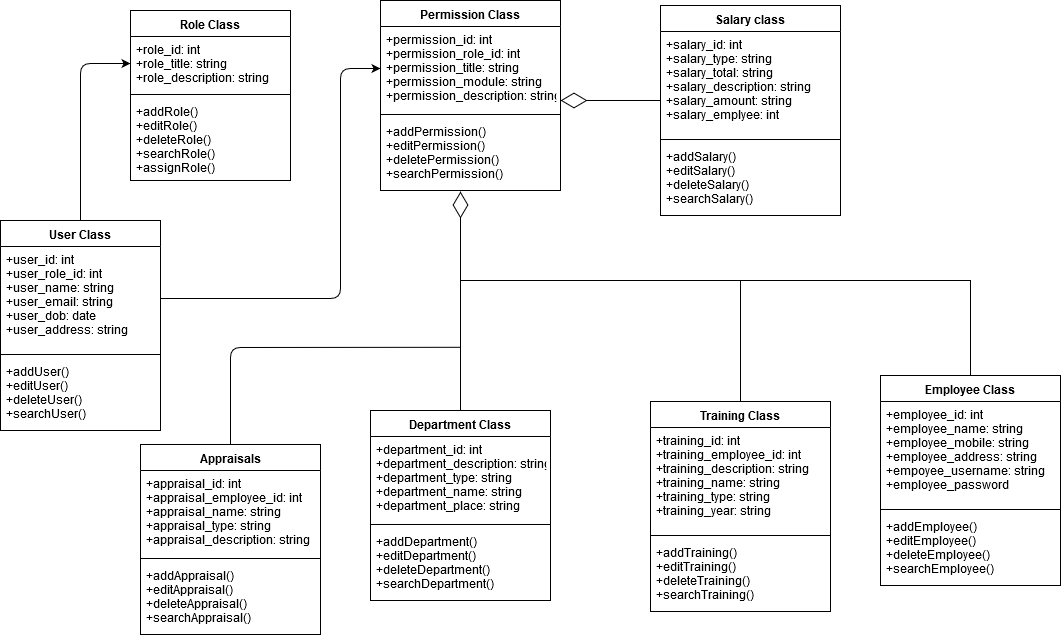
This is Documentation/classes.png from grupachash/hrmanagement, a draw.io export, as it was before one commit. Source tidied: cells renumbered, new cells last; positions are measured from the earlier drawing's top-left corner, leaving out a move shared by most shapes. The source it was exported from:
```xml
<mxGraphModel>
  <root>
    <mxCell id="0" />
    <mxCell id="1" parent="0" />
    <mxCell id="2" value="User Class" style="swimlane;fontStyle=1;align=center;verticalAlign=top;horizontal=1;startSize=26;" parent="1" vertex="1">
      <mxGeometry y="220" width="160" height="210" as="geometry" />
    </mxCell>
    <mxCell id="3" value="+user_id: int&#10;+user_role_id: int&#10;+user_name: string&#10;+user_email: string&#10;+user_dob: date&#10;+user_address: string&#10;&#10;&#10;&#10;" style="text;strokeColor=none;fillColor=none;align=left;verticalAlign=top;spacingLeft=4;spacingRight=4;overflow=hidden;points=[[0,0.5],[1,0.5]];portConstraint=eastwest;" parent="2" vertex="1">
      <mxGeometry y="26" width="160" height="104" as="geometry" />
    </mxCell>
    <mxCell id="4" style="line;strokeWidth=1;fillColor=none;align=left;verticalAlign=middle;spacingTop=-1;spacingLeft=3;spacingRight=3;labelPosition=right;" parent="2" vertex="1">
      <mxGeometry y="130" width="160" height="8" as="geometry" />
    </mxCell>
    <mxCell id="5" value="+addUser()&#10;+editUser()&#10;+deleteUser()&#10;+searchUser()&#10;" style="text;strokeColor=none;fillColor=none;align=left;verticalAlign=top;spacingLeft=4;spacingRight=4;overflow=hidden;" parent="2" vertex="1">
      <mxGeometry y="138" width="160" height="72" as="geometry" />
    </mxCell>
    <mxCell id="6" value="Role Class" style="swimlane;fontStyle=1;align=center;verticalAlign=top;horizontal=1;startSize=26;" parent="1" vertex="1">
      <mxGeometry x="130" y="10" width="160" height="170" as="geometry" />
    </mxCell>
    <mxCell id="7" value="+role_id: int&#10;+role_title: string&#10;+role_description: string&#10;" style="text;strokeColor=none;fillColor=none;align=left;verticalAlign=top;spacingLeft=4;spacingRight=4;overflow=hidden;points=[[0,0.5],[1,0.5]];portConstraint=eastwest;" parent="6" vertex="1">
      <mxGeometry y="26" width="160" height="54" as="geometry" />
    </mxCell>
    <mxCell id="8" style="line;strokeWidth=1;fillColor=none;align=left;verticalAlign=middle;spacingTop=-1;spacingLeft=3;spacingRight=3;labelPosition=right;" parent="6" vertex="1">
      <mxGeometry y="80" width="160" height="8" as="geometry" />
    </mxCell>
    <mxCell id="9" value="+addRole()&#10;+editRole()&#10;+deleteRole()&#10;+searchRole()&#10;+assignRole()&#10;" style="text;strokeColor=none;fillColor=none;align=left;verticalAlign=top;spacingLeft=4;spacingRight=4;overflow=hidden;" parent="6" vertex="1">
      <mxGeometry y="88" width="160" height="82" as="geometry" />
    </mxCell>
    <mxCell id="10" value="Permission Class" style="swimlane;fontStyle=1;align=center;verticalAlign=top;horizontal=1;startSize=26;" parent="1" vertex="1">
      <mxGeometry x="380" width="180" height="190" as="geometry" />
    </mxCell>
    <mxCell id="11" value="+permission_id: int&#10;+permission_role_id: int&#10;+permission_title: string&#10;+permission_module: string&#10;+permission_description: string&#10;" style="text;strokeColor=none;fillColor=none;align=left;verticalAlign=top;spacingLeft=4;spacingRight=4;overflow=hidden;points=[[0,0.5],[1,0.5]];portConstraint=eastwest;" parent="10" vertex="1">
      <mxGeometry y="26" width="180" height="84" as="geometry" />
    </mxCell>
    <mxCell id="12" style="line;strokeWidth=1;fillColor=none;align=left;verticalAlign=middle;spacingTop=-1;spacingLeft=3;spacingRight=3;labelPosition=right;" parent="10" vertex="1">
      <mxGeometry y="110" width="180" height="8" as="geometry" />
    </mxCell>
    <mxCell id="13" value="+addPermission()&#10;+editPermission()&#10;+deletePermission()&#10;+searchPermission()&#10;&#10;&#10;" style="text;strokeColor=none;fillColor=none;align=left;verticalAlign=top;spacingLeft=4;spacingRight=4;overflow=hidden;points=[[0,0.5],[1,0.5]];portConstraint=eastwest;" parent="10" vertex="1">
      <mxGeometry y="118" width="180" height="72" as="geometry" />
    </mxCell>
    <mxCell id="14" value="Salary class" style="swimlane;fontStyle=1;align=center;verticalAlign=top;horizontal=1;startSize=26;" parent="1" vertex="1">
      <mxGeometry x="660" y="5" width="180" height="210" as="geometry" />
    </mxCell>
    <mxCell id="15" value="+salary_id: int&#10;+salary_type: string&#10;+salary_total: string&#10;+salary_description: string&#10;+salary_amount: string&#10;+salary_emplyee: int&#10;" style="text;strokeColor=none;fillColor=none;align=left;verticalAlign=top;spacingLeft=4;spacingRight=4;overflow=hidden;" parent="14" vertex="1">
      <mxGeometry y="26" width="180" height="104" as="geometry" />
    </mxCell>
    <mxCell id="16" style="endArrow=diamondThin;endFill=0;endSize=24;html=1;" parent="14" edge="1">
      <mxGeometry relative="1" as="geometry">
        <mxPoint y="95" as="sourcePoint" />
        <mxPoint x="-100" y="95" as="targetPoint" />
      </mxGeometry>
    </mxCell>
    <mxCell id="17" style="line;strokeWidth=1;fillColor=none;align=left;verticalAlign=middle;spacingTop=-1;spacingLeft=3;spacingRight=3;labelPosition=right;" parent="14" vertex="1">
      <mxGeometry y="130" width="180" height="8" as="geometry" />
    </mxCell>
    <mxCell id="18" value="+addSalary()&#10;+editSalary()&#10;+deleteSalary()&#10;+searchSalary()&#10;" style="text;strokeColor=none;fillColor=none;align=left;verticalAlign=top;spacingLeft=4;spacingRight=4;overflow=hidden;" parent="14" vertex="1">
      <mxGeometry y="138" width="180" height="72" as="geometry" />
    </mxCell>
    <mxCell id="19" value="Employee Class" style="swimlane;fontStyle=1;align=center;verticalAlign=top;horizontal=1;startSize=26;" parent="1" vertex="1">
      <mxGeometry x="880" y="375" width="180" height="210" as="geometry" />
    </mxCell>
    <mxCell id="20" value="+employee_id: int&#10;+employee_name: string&#10;+employee_mobile: string&#10;+employee_address: string&#10;+empoyee_username: string&#10;+employee_password&#10;" style="text;strokeColor=none;fillColor=none;align=left;verticalAlign=top;spacingLeft=4;spacingRight=4;overflow=hidden;" parent="19" vertex="1">
      <mxGeometry y="26" width="180" height="104" as="geometry" />
    </mxCell>
    <mxCell id="21" style="line;strokeWidth=1;fillColor=none;align=left;verticalAlign=middle;spacingTop=-1;spacingLeft=3;spacingRight=3;labelPosition=right;" parent="19" vertex="1">
      <mxGeometry y="130" width="180" height="8" as="geometry" />
    </mxCell>
    <mxCell id="22" value="+addEmployee()&#10;+editEmployee()&#10;+deleteEmployee()&#10;+searchEmployee()&#10;" style="text;strokeColor=none;fillColor=none;align=left;verticalAlign=top;spacingLeft=4;spacingRight=4;overflow=hidden;" parent="19" vertex="1">
      <mxGeometry y="138" width="180" height="72" as="geometry" />
    </mxCell>
    <mxCell id="23" value="Training Class" style="swimlane;fontStyle=1;align=center;verticalAlign=top;horizontal=1;startSize=26;" parent="1" vertex="1">
      <mxGeometry x="650" y="401" width="180" height="210" as="geometry" />
    </mxCell>
    <mxCell id="24" value="+training_id: int&#10;+training_employee_id: int&#10;+training_description: string&#10;+training_name: string&#10;+training_type: string&#10;+training_year: string&#10;" style="text;strokeColor=none;fillColor=none;align=left;verticalAlign=top;spacingLeft=4;spacingRight=4;overflow=hidden;" parent="23" vertex="1">
      <mxGeometry y="26" width="180" height="104" as="geometry" />
    </mxCell>
    <mxCell id="25" style="line;strokeWidth=1;fillColor=none;align=left;verticalAlign=middle;spacingTop=-1;spacingLeft=3;spacingRight=3;labelPosition=right;" parent="23" vertex="1">
      <mxGeometry y="130" width="180" height="8" as="geometry" />
    </mxCell>
    <mxCell id="26" value="+addTraining()&#10;+editTraining()&#10;+deleteTraining()&#10;+searchTraining()&#10;" style="text;strokeColor=none;fillColor=none;align=left;verticalAlign=top;spacingLeft=4;spacingRight=4;overflow=hidden;" parent="23" vertex="1">
      <mxGeometry y="138" width="180" height="72" as="geometry" />
    </mxCell>
    <mxCell id="27" value="Department Class" style="swimlane;fontStyle=1;align=center;verticalAlign=top;horizontal=1;startSize=26;" parent="1" vertex="1">
      <mxGeometry x="370" y="410" width="180" height="190" as="geometry" />
    </mxCell>
    <mxCell id="28" value="+department_id: int&#10;+department_description: string&#10;+department_type: string&#10;+department_name: string&#10;+department_place: string" style="text;strokeColor=none;fillColor=none;align=left;verticalAlign=top;spacingLeft=4;spacingRight=4;overflow=hidden;" parent="27" vertex="1">
      <mxGeometry y="26" width="180" height="84" as="geometry" />
    </mxCell>
    <mxCell id="29" style="line;strokeWidth=1;fillColor=none;align=left;verticalAlign=middle;spacingTop=-1;spacingLeft=3;spacingRight=3;labelPosition=right;" parent="27" vertex="1">
      <mxGeometry y="110" width="180" height="8" as="geometry" />
    </mxCell>
    <mxCell id="30" value="+addDepartment()&#10;+editDepartment()&#10;+deleteDepartment()&#10;+searchDepartment()&#10;" style="text;strokeColor=none;fillColor=none;align=left;verticalAlign=top;spacingLeft=4;spacingRight=4;overflow=hidden;" parent="27" vertex="1">
      <mxGeometry y="118" width="180" height="72" as="geometry" />
    </mxCell>
    <mxCell id="31" value="Appraisals" style="swimlane;fontStyle=1;align=center;verticalAlign=top;horizontal=1;startSize=26;" parent="1" vertex="1">
      <mxGeometry x="140" y="444" width="180" height="190" as="geometry" />
    </mxCell>
    <mxCell id="32" value="+appraisal_id: int&#10;+appraisal_employee_id: int&#10;+appraisal_name: string&#10;+appraisal_type: string&#10;+appraisal_description: string&#10;" style="text;strokeColor=none;fillColor=none;align=left;verticalAlign=top;spacingLeft=4;spacingRight=4;overflow=hidden;" parent="31" vertex="1">
      <mxGeometry y="26" width="180" height="84" as="geometry" />
    </mxCell>
    <mxCell id="33" style="line;strokeWidth=1;fillColor=none;align=left;verticalAlign=middle;spacingTop=-1;spacingLeft=3;spacingRight=3;labelPosition=right;" parent="31" vertex="1">
      <mxGeometry y="110" width="180" height="8" as="geometry" />
    </mxCell>
    <mxCell id="34" value="+addAppraisal()&#10;+editAppraisal()&#10;+deleteAppraisal()&#10;+searchAppraisal()&#10;" style="text;strokeColor=none;fillColor=none;align=left;verticalAlign=top;spacingLeft=4;spacingRight=4;overflow=hidden;" parent="31" vertex="1">
      <mxGeometry y="118" width="180" height="72" as="geometry" />
    </mxCell>
    <mxCell id="35" style="endArrow=classic;html=1;exitX=0.5;exitY=0;entryX=0;entryY=0.5;" parent="1" edge="1" source="2" target="7">
      <mxGeometry relative="1" as="geometry">
        <Array as="points">
          <mxPoint x="80" y="63" />
        </Array>
      </mxGeometry>
    </mxCell>
    <mxCell id="36" style="endArrow=classic;html=1;exitX=1;exitY=0.5;entryX=0;entryY=0.5;" parent="1" edge="1" source="3" target="11">
      <mxGeometry relative="1" as="geometry">
        <Array as="points">
          <mxPoint x="340" y="298" />
          <mxPoint x="340" y="68" />
        </Array>
      </mxGeometry>
    </mxCell>
    <mxCell id="37" style="endArrow=diamondThin;endFill=0;endSize=24;html=1;exitX=0.5;exitY=0;entryX=0.445;entryY=1.013;entryPerimeter=0;rounded=0;" parent="1" edge="1" source="19" target="13">
      <mxGeometry relative="1" as="geometry">
        <Array as="points">
          <mxPoint x="970" y="280" />
          <mxPoint x="740" y="280" />
          <mxPoint x="460" y="280" />
        </Array>
      </mxGeometry>
    </mxCell>
    <mxCell id="38" style="endArrow=none;html=1;edgeStyle=orthogonalEdgeStyle;exitX=0.5;exitY=0;" parent="1" edge="1" source="27">
      <mxGeometry relative="1" as="geometry">
        <mxPoint x="460" y="280" as="targetPoint" />
      </mxGeometry>
    </mxCell>
    <mxCell id="39" style="endArrow=none;html=1;edgeStyle=orthogonalEdgeStyle;exitX=0.5;exitY=0;" parent="1" edge="1" source="23">
      <mxGeometry relative="1" as="geometry">
        <mxPoint x="740" y="280" as="targetPoint" />
      </mxGeometry>
    </mxCell>
    <mxCell id="40" style="endArrow=none;html=1;edgeStyle=orthogonalEdgeStyle;entryX=0.5;entryY=0;" parent="1" edge="1" target="31">
      <mxGeometry relative="1" as="geometry">
        <mxPoint x="460" y="346.8" as="sourcePoint" />
      </mxGeometry>
    </mxCell>
  </root>
</mxGraphModel>
```
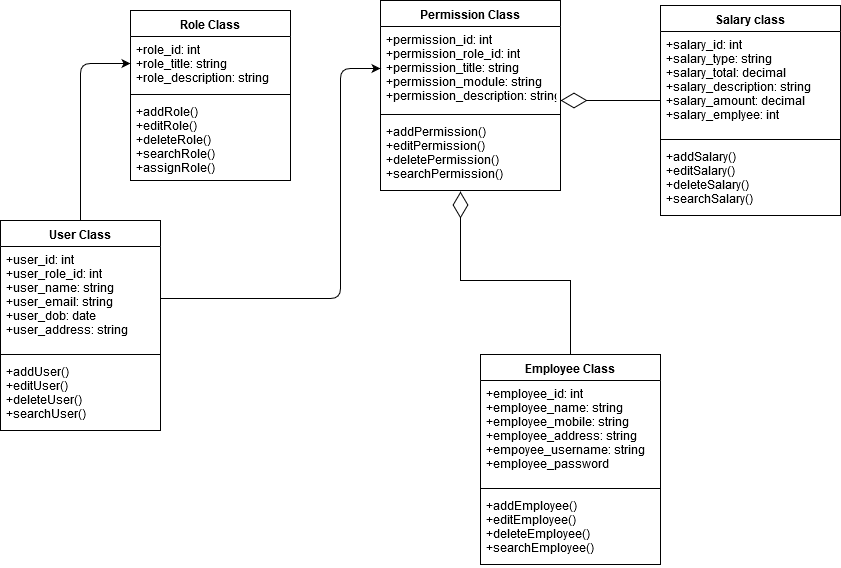
After the commit.

Commit message:
added database schema and corrected proper diagrams

The edit, as a diff of the source:
```diff
@@ -41,7 +41,7 @@
     <mxCell id="14" value="Salary class" style="swimlane;fontStyle=1;align=center;verticalAlign=top;horizontal=1;startSize=26;" parent="1" vertex="1">
       <mxGeometry x="660" y="5" width="180" height="210" as="geometry" />
     </mxCell>
-    <mxCell id="15" value="+salary_id: int&#10;+salary_type: string&#10;+salary_total: string&#10;+salary_description: string&#10;+salary_amount: string&#10;+salary_emplyee: int&#10;" style="text;strokeColor=none;fillColor=none;align=left;verticalAlign=top;spacingLeft=4;spacingRight=4;overflow=hidden;" parent="14" vertex="1">
+    <mxCell id="15" value="+salary_id: int&#10;+salary_type: string&#10;+salary_total: decimal&#10;+salary_description: string&#10;+salary_amount: decimal&#10;+salary_emplyee: int&#10;" style="text;strokeColor=none;fillColor=none;align=left;verticalAlign=top;spacingLeft=4;spacingRight=4;overflow=hidden;" parent="14" vertex="1">
       <mxGeometry y="26" width="180" height="104" as="geometry" />
     </mxCell>
     <mxCell id="16" style="endArrow=diamondThin;endFill=0;endSize=24;html=1;" parent="14" edge="1">
@@ -57,7 +57,7 @@
       <mxGeometry y="138" width="180" height="72" as="geometry" />
     </mxCell>
     <mxCell id="19" value="Employee Class" style="swimlane;fontStyle=1;align=center;verticalAlign=top;horizontal=1;startSize=26;" parent="1" vertex="1">
-      <mxGeometry x="880" y="375" width="180" height="210" as="geometry" />
+      <mxGeometry x="480" y="354" width="180" height="210" as="geometry" />
     </mxCell>
     <mxCell id="20" value="+employee_id: int&#10;+employee_name: string&#10;+employee_mobile: string&#10;+employee_address: string&#10;+empoyee_username: string&#10;+employee_password&#10;" style="text;strokeColor=none;fillColor=none;align=left;verticalAlign=top;spacingLeft=4;spacingRight=4;overflow=hidden;" parent="19" vertex="1">
       <mxGeometry y="26" width="180" height="104" as="geometry" />
@@ -68,42 +68,6 @@
     <mxCell id="22" value="+addEmployee()&#10;+editEmployee()&#10;+deleteEmployee()&#10;+searchEmployee()&#10;" style="text;strokeColor=none;fillColor=none;align=left;verticalAlign=top;spacingLeft=4;spacingRight=4;overflow=hidden;" parent="19" vertex="1">
       <mxGeometry y="138" width="180" height="72" as="geometry" />
     </mxCell>
-    <mxCell id="23" value="Training Class" style="swimlane;fontStyle=1;align=center;verticalAlign=top;horizontal=1;startSize=26;" parent="1" vertex="1">
-      <mxGeometry x="650" y="401" width="180" height="210" as="geometry" />
-    </mxCell>
-    <mxCell id="24" value="+training_id: int&#10;+training_employee_id: int&#10;+training_description: string&#10;+training_name: string&#10;+training_type: string&#10;+training_year: string&#10;" style="text;strokeColor=none;fillColor=none;align=left;verticalAlign=top;spacingLeft=4;spacingRight=4;overflow=hidden;" parent="23" vertex="1">
-      <mxGeometry y="26" width="180" height="104" as="geometry" />
-    </mxCell>
-    <mxCell id="25" style="line;strokeWidth=1;fillColor=none;align=left;verticalAlign=middle;spacingTop=-1;spacingLeft=3;spacingRight=3;labelPosition=right;" parent="23" vertex="1">
-      <mxGeometry y="130" width="180" height="8" as="geometry" />
-    </mxCell>
-    <mxCell id="26" value="+addTraining()&#10;+editTraining()&#10;+deleteTraining()&#10;+searchTraining()&#10;" style="text;strokeColor=none;fillColor=none;align=left;verticalAlign=top;spacingLeft=4;spacingRight=4;overflow=hidden;" parent="23" vertex="1">
-      <mxGeometry y="138" width="180" height="72" as="geometry" />
-    </mxCell>
-    <mxCell id="27" value="Department Class" style="swimlane;fontStyle=1;align=center;verticalAlign=top;horizontal=1;startSize=26;" parent="1" vertex="1">
-      <mxGeometry x="370" y="410" width="180" height="190" as="geometry" />
-    </mxCell>
-    <mxCell id="28" value="+department_id: int&#10;+department_description: string&#10;+department_type: string&#10;+department_name: string&#10;+department_place: string" style="text;strokeColor=none;fillColor=none;align=left;verticalAlign=top;spacingLeft=4;spacingRight=4;overflow=hidden;" parent="27" vertex="1">
-      <mxGeometry y="26" width="180" height="84" as="geometry" />
-    </mxCell>
-    <mxCell id="29" style="line;strokeWidth=1;fillColor=none;align=left;verticalAlign=middle;spacingTop=-1;spacingLeft=3;spacingRight=3;labelPosition=right;" parent="27" vertex="1">
-      <mxGeometry y="110" width="180" height="8" as="geometry" />
-    </mxCell>
-    <mxCell id="30" value="+addDepartment()&#10;+editDepartment()&#10;+deleteDepartment()&#10;+searchDepartment()&#10;" style="text;strokeColor=none;fillColor=none;align=left;verticalAlign=top;spacingLeft=4;spacingRight=4;overflow=hidden;" parent="27" vertex="1">
-      <mxGeometry y="118" width="180" height="72" as="geometry" />
-    </mxCell>
-    <mxCell id="31" value="Appraisals" style="swimlane;fontStyle=1;align=center;verticalAlign=top;horizontal=1;startSize=26;" parent="1" vertex="1">
-      <mxGeometry x="140" y="444" width="180" height="190" as="geometry" />
-    </mxCell>
-    <mxCell id="32" value="+appraisal_id: int&#10;+appraisal_employee_id: int&#10;+appraisal_name: string&#10;+appraisal_type: string&#10;+appraisal_description: string&#10;" style="text;strokeColor=none;fillColor=none;align=left;verticalAlign=top;spacingLeft=4;spacingRight=4;overflow=hidden;" parent="31" vertex="1">
-      <mxGeometry y="26" width="180" height="84" as="geometry" />
-    </mxCell>
-    <mxCell id="33" style="line;strokeWidth=1;fillColor=none;align=left;verticalAlign=middle;spacingTop=-1;spacingLeft=3;spacingRight=3;labelPosition=right;" parent="31" vertex="1">
-      <mxGeometry y="110" width="180" height="8" as="geometry" />
-    </mxCell>
-    <mxCell id="34" value="+addAppraisal()&#10;+editAppraisal()&#10;+deleteAppraisal()&#10;+searchAppraisal()&#10;" style="text;strokeColor=none;fillColor=none;align=left;verticalAlign=top;spacingLeft=4;spacingRight=4;overflow=hidden;" parent="31" vertex="1">
-      <mxGeometry y="118" width="180" height="72" as="geometry" />
-    </mxCell>
     <mxCell id="35" style="endArrow=classic;html=1;exitX=0.5;exitY=0;entryX=0;entryY=0.5;" parent="1" edge="1" source="2" target="7">
       <mxGeometry relative="1" as="geometry">
         <Array as="points">
@@ -122,26 +86,10 @@
     <mxCell id="37" style="endArrow=diamondThin;endFill=0;endSize=24;html=1;exitX=0.5;exitY=0;entryX=0.445;entryY=1.013;entryPerimeter=0;rounded=0;" parent="1" edge="1" source="19" target="13">
       <mxGeometry relative="1" as="geometry">
         <Array as="points">
-          <mxPoint x="970" y="280" />
-          <mxPoint x="740" y="280" />
+          <mxPoint x="570" y="280" />
           <mxPoint x="460" y="280" />
         </Array>
       </mxGeometry>
     </mxCell>
-    <mxCell id="38" style="endArrow=none;html=1;edgeStyle=orthogonalEdgeStyle;exitX=0.5;exitY=0;" parent="1" edge="1" source="27">
-      <mxGeometry relative="1" as="geometry">
-        <mxPoint x="460" y="280" as="targetPoint" />
-      </mxGeometry>
-    </mxCell>
-    <mxCell id="39" style="endArrow=none;html=1;edgeStyle=orthogonalEdgeStyle;exitX=0.5;exitY=0;" parent="1" edge="1" source="23">
-      <mxGeometry relative="1" as="geometry">
-        <mxPoint x="740" y="280" as="targetPoint" />
-      </mxGeometry>
-    </mxCell>
-    <mxCell id="40" style="endArrow=none;html=1;edgeStyle=orthogonalEdgeStyle;entryX=0.5;entryY=0;" parent="1" edge="1" target="31">
-      <mxGeometry relative="1" as="geometry">
-        <mxPoint x="460" y="346.8" as="sourcePoint" />
-      </mxGeometry>
-    </mxCell>
   </root>
 </mxGraphModel>
```
